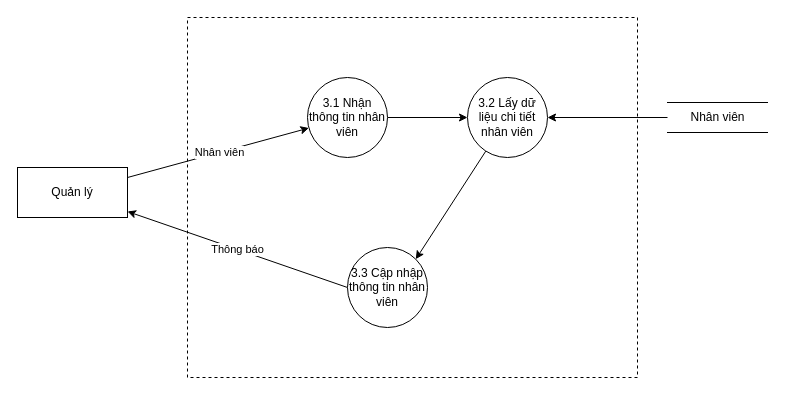
Above: page "DFD Mức 2 - 3" (8 of 13) of Document/ĐồÁn/Diagram/Sơ đồ chức năng ministore.drawio in EdgarIgnite16/HTTTDN-Project (draw.io), before the change. Source tidied: cells renumbered, new cells numbered last; positions are measured from the earlier drawing's top-left corner, leaving out a move shared by most shapes. Both pictures are drawn from the tidied source at 100%, with x=0, y=0 at pixel (17, 17).
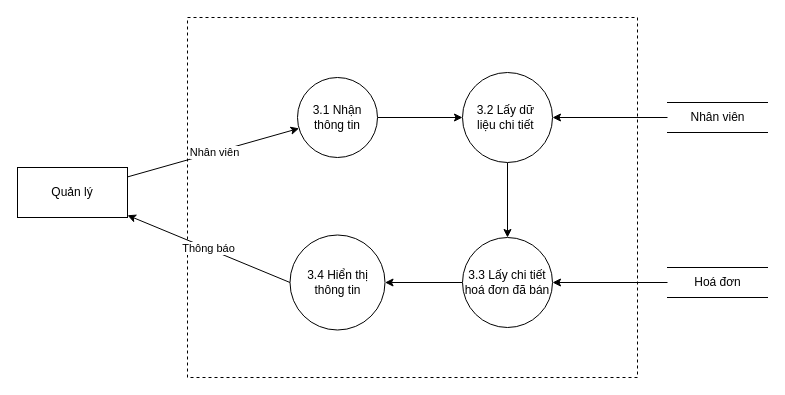
Above is the later version.

What changed in the source:
```diff
@@
 <mxGraphModel>
   <root>
     <mxCell id="0" />
     <mxCell id="1" parent="0" />
     <mxCell id="2" style="rounded=0;whiteSpace=wrap;html=1;fontFamily=Helvetica;fontSize=12;dashed=1;" parent="1" vertex="1">
       <mxGeometry x="170" width="450" height="360" as="geometry" />
     </mxCell>
     <mxCell id="3" style="edgeStyle=orthogonalEdgeStyle;rounded=0;jettySize=auto;html=1;entryX=0;entryY=0.5;entryDx=0;entryDy=0;" parent="1" edge="1" source="4" target="10">
       <mxGeometry relative="1" as="geometry" />
     </mxCell>
-    <mxCell id="4" value="3.1 Nhận thông tin nhân viên" style="ellipse;whiteSpace=wrap;html=1;fontFamily=Helvetica;" parent="1" vertex="1">
-      <mxGeometry x="290" y="60" width="80" height="80" as="geometry" />
+    <mxCell id="4" value="3.1 Nhận thông tin" style="ellipse;whiteSpace=wrap;html=1;fontFamily=Helvetica;" parent="1" vertex="1">
+      <mxGeometry x="280" y="60" width="80" height="80" as="geometry" />
     </mxCell>
     <mxCell id="5" value="Nhân viên" style="rounded=0;jettySize=auto;html=1;" parent="1" edge="1" source="6" target="4">
       <mxGeometry x="0.01" relative="1" as="geometry" />
     </mxCell>
     <mxCell id="6" value="&lt;div&gt;&lt;span style=&quot;background-color: initial;&quot;&gt;Quản lý&lt;/span&gt;&lt;br&gt;&lt;/div&gt;" style="html=1;whiteSpace=wrap;" parent="1" vertex="1">
       <mxGeometry y="150" width="110" height="50" as="geometry" />
     </mxCell>
     <mxCell id="7" value="Thông báo" style="rounded=0;jettySize=auto;html=1;exitX=0;exitY=0.5;exitDx=0;exitDy=0;" parent="1" edge="1" source="11" target="6">
       <mxGeometry relative="1" as="geometry" />
     </mxCell>
     <mxCell id="8" value="Nhân viên" style="html=1;dashed=0;whitespace=wrap;shape=partialRectangle;right=0;left=0;fontFamily=Helvetica;" parent="1" vertex="1">
       <mxGeometry x="650" y="85" width="100" height="30" as="geometry" />
     </mxCell>
-    <mxCell id="9" style="rounded=0;jettySize=auto;html=1;entryX=1;entryY=0;entryDx=0;entryDy=0;" parent="1" edge="1" source="10" target="11">
+    <mxCell id="9" style="rounded=0;jettySize=auto;html=1;" parent="1" edge="1" source="10" target="14">
       <mxGeometry relative="1" as="geometry" />
     </mxCell>
-    <mxCell id="10" value="3.2 Lấy dữ liệu chi tiết nhân viên" style="ellipse;whiteSpace=wrap;html=1;fontFamily=Helvetica;" parent="1" vertex="1">
-      <mxGeometry x="450" y="60" width="80" height="80" as="geometry" />
+    <mxCell id="10" value="3.2 Lấy dữ&amp;nbsp;&lt;div&gt;liệu chi tiết&amp;nbsp;&lt;/div&gt;" style="ellipse;whiteSpace=wrap;html=1;fontFamily=Helvetica;" parent="1" vertex="1">
+      <mxGeometry x="445" y="55" width="90" height="90" as="geometry" />
     </mxCell>
-    <mxCell id="11" value="3.3 Cập nhập thông tin nhân viên" style="ellipse;whiteSpace=wrap;html=1;fontFamily=Helvetica;" parent="1" vertex="1">
-      <mxGeometry x="330" y="230" width="80" height="80" as="geometry" />
+    <mxCell id="11" value="3.4 Hiển thị thông tin" style="ellipse;whiteSpace=wrap;html=1;fontFamily=Helvetica;" parent="1" vertex="1">
+      <mxGeometry x="272.5" y="217.5" width="95" height="95" as="geometry" />
     </mxCell>
     <mxCell id="12" style="edgeStyle=orthogonalEdgeStyle;rounded=0;jettySize=auto;html=1;exitX=0;exitY=0.5;exitDx=0;exitDy=0;entryX=1;entryY=0.5;entryDx=0;entryDy=0;" parent="1" edge="1" source="8" target="10">
       <mxGeometry relative="1" as="geometry" />
     </mxCell>
+    <mxCell id="13" style="edgeStyle=orthogonalEdgeStyle;rounded=0;jettySize=auto;html=1;" parent="1" edge="1" source="14" target="11">
+      <mxGeometry relative="1" as="geometry" />
+    </mxCell>
+    <mxCell id="14" value="3.3 Lấy chi tiết&lt;div&gt;hoá đơn đã bán&lt;/div&gt;" style="ellipse;whiteSpace=wrap;html=1;fontFamily=Helvetica;" parent="1" vertex="1">
+      <mxGeometry x="445" y="220" width="90" height="90" as="geometry" />
+    </mxCell>
+    <mxCell id="15" value="Hoá đơn" style="html=1;dashed=0;whitespace=wrap;shape=partialRectangle;right=0;left=0;fontFamily=Helvetica;" parent="1" vertex="1">
+      <mxGeometry x="650" y="250" width="100" height="30" as="geometry" />
+    </mxCell>
+    <mxCell id="16" style="edgeStyle=orthogonalEdgeStyle;rounded=0;jettySize=auto;html=1;" parent="1" edge="1" source="15" target="14">
+      <mxGeometry relative="1" as="geometry" />
+    </mxCell>
   </root>
 </mxGraphModel>
```
